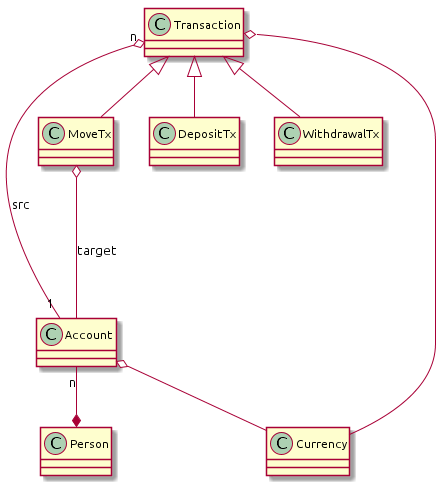
Earlier version of the PlantUML export doc/classes.png (typeundefined/home-budget-amm2018).
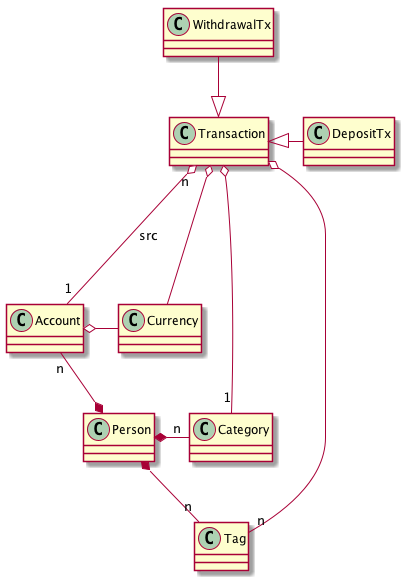
Later version of the same file.

Commit message:
Adjusted class diagram to the sources

Change to the diagram source:
```diff
@@ -1,15 +1,18 @@
 @startuml
 skinparam defaultFontName Ubuntu
 
-Account o-- Currency
+Account o-right- Currency
 Transaction o-- Currency
+Transaction o-- "1" Category
+Transaction o-- "n" Tag
 
-Transaction <|-- DepositTx
-Transaction <|-- WithdrawalTx
-Transaction <|-- MoveTx
+Transaction <|-right- DepositTx
+Transaction <|-up- WithdrawalTx
 
 Transaction "n" o--- "1" Account: src
-MoveTx o--- Account: target
 
 Person *-up- "n" Account
+Person *-right-- "n" Category
+Person *-- "n" Tag
+
 @enduml
```
